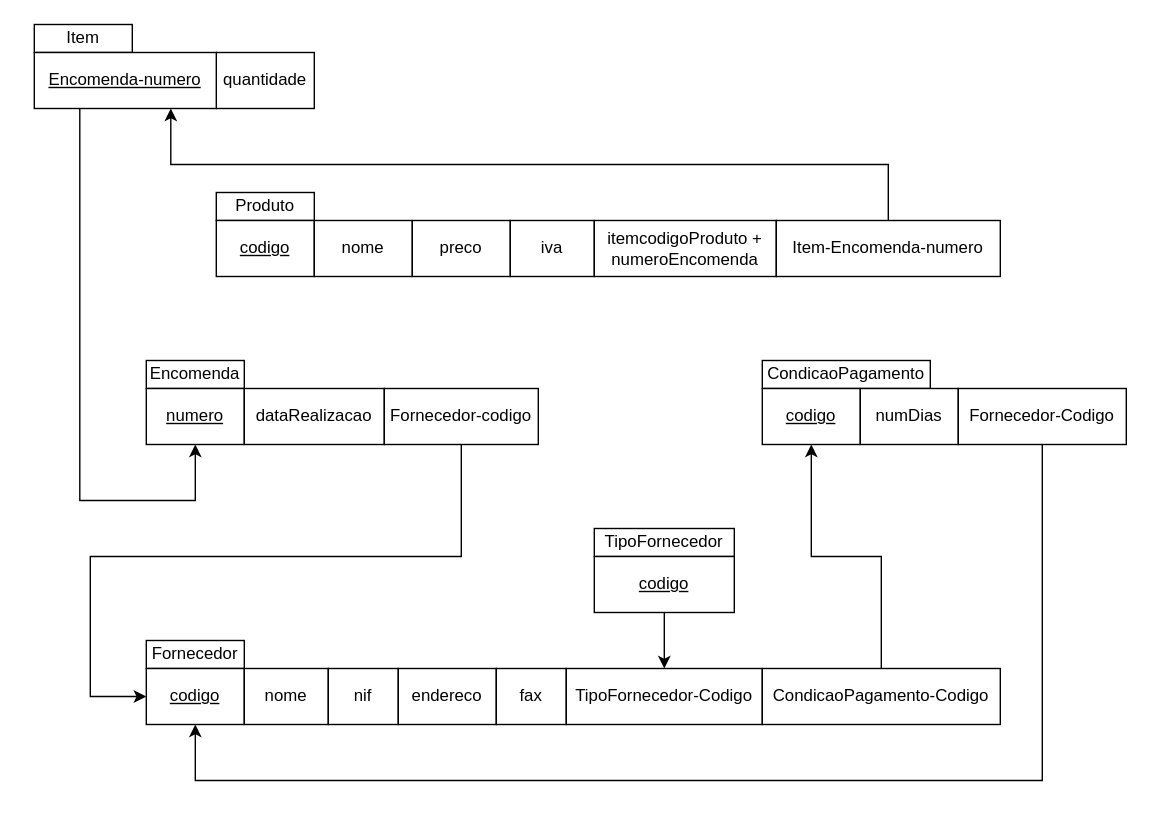
Above: 03/ex_3_3a.drawio in sebastiaoteixeira/bd-lessons (draw.io), before the change. Source tidied: cells renumbered, new cells numbered last; positions are measured from the earlier drawing's top-left corner, leaving out a move shared by most shapes. Both pictures are drawn from the tidied source at 140%, with x=0, y=0 at pixel (34, 24).
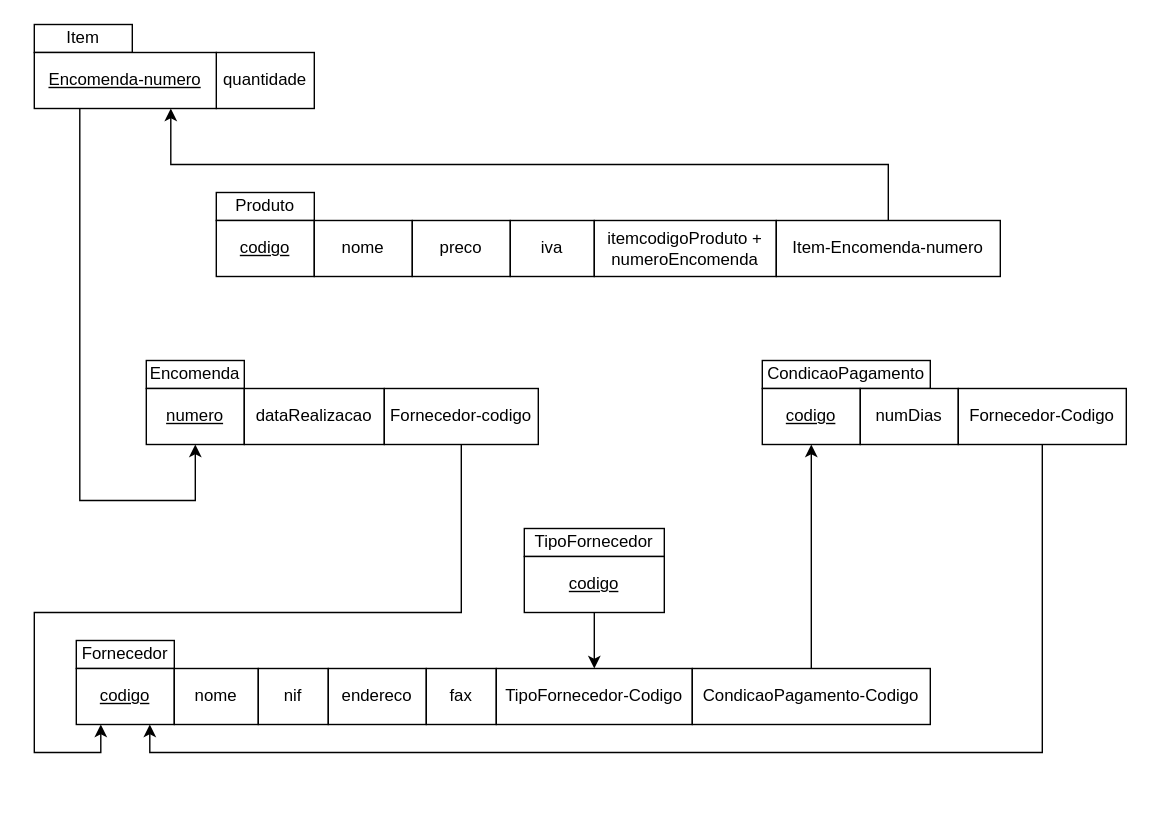
Above is the later version.

Unchanged cells that the change refers to:
```xml
<mxCell id="16" value="Fornecedor-codigo" style="rounded=0;whiteSpace=wrap;html=1;" parent="1" vertex="1">
  <mxGeometry x="250" y="260" width="110" height="40" as="geometry" />
</mxCell>
<mxCell id="30" value="Fornecedor-Codigo" style="rounded=0;whiteSpace=wrap;html=1;" parent="1" vertex="1">
  <mxGeometry x="660" y="260" width="120" height="40" as="geometry" />
</mxCell>
```

The edit, as a diff of the source:
```diff
@@
-    <mxCell id="15" style="edgeStyle=orthogonalEdgeStyle;rounded=0;jettySize=auto;html=1;exitX=0.5;exitY=1;exitDx=0;exitDy=0;entryX=0;entryY=0.5;entryDx=0;entryDy=0;" parent="1" edge="1" source="16" target="18">
+    <mxCell id="15" style="edgeStyle=orthogonalEdgeStyle;rounded=0;jettySize=auto;html=1;entryX=0.25;entryY=1;entryDx=0;entryDy=0;" parent="1" edge="1" source="16" target="18">
       <mxGeometry relative="1" as="geometry">
         <Array as="points">
-          <mxPoint x="305" y="380" />
-          <mxPoint x="40" y="380" />
-          <mxPoint x="40" y="480" />
+          <mxPoint x="305" y="420" />
+          <mxPoint y="420" />
+          <mxPoint y="520" />
+          <mxPoint x="48" y="520" />
         </Array>
       </mxGeometry>
     </mxCell>
@@
     <mxCell id="17" value="Fornecedor" style="rounded=0;whiteSpace=wrap;html=1;" parent="1" vertex="1">
-      <mxGeometry x="80" y="440" width="70" height="20" as="geometry" />
+      <mxGeometry x="30" y="440" width="70" height="20" as="geometry" />
     </mxCell>
     <mxCell id="18" value="codigo" style="rounded=0;whiteSpace=wrap;html=1;fontStyle=4;" parent="1" vertex="1">
-      <mxGeometry x="80" y="460" width="70" height="40" as="geometry" />
+      <mxGeometry x="30" y="460" width="70" height="40" as="geometry" />
     </mxCell>
     <mxCell id="19" value="nome" style="rounded=0;whiteSpace=wrap;html=1;" parent="1" vertex="1">
-      <mxGeometry x="150" y="460" width="60" height="40" as="geometry" />
+      <mxGeometry x="100" y="460" width="60" height="40" as="geometry" />
     </mxCell>
     <mxCell id="20" value="nif" style="rounded=0;whiteSpace=wrap;html=1;" parent="1" vertex="1">
-      <mxGeometry x="210" y="460" width="50" height="40" as="geometry" />
+      <mxGeometry x="160" y="460" width="50" height="40" as="geometry" />
     </mxCell>
     <mxCell id="21" value="endereco" style="rounded=0;whiteSpace=wrap;html=1;" parent="1" vertex="1">
-      <mxGeometry x="260" y="460" width="70" height="40" as="geometry" />
+      <mxGeometry x="210" y="460" width="70" height="40" as="geometry" />
     </mxCell>
     <mxCell id="22" value="fax" style="rounded=0;whiteSpace=wrap;html=1;" parent="1" vertex="1">
-      <mxGeometry x="330" y="460" width="50" height="40" as="geometry" />
+      <mxGeometry x="280" y="460" width="50" height="40" as="geometry" />
     </mxCell>
     <mxCell id="23" value="TipoFornecedor-Codigo" style="rounded=0;whiteSpace=wrap;html=1;" parent="1" vertex="1">
-      <mxGeometry x="380" y="460" width="140" height="40" as="geometry" />
+      <mxGeometry x="330" y="460" width="140" height="40" as="geometry" />
     </mxCell>
@@
     <mxCell id="25" value="CondicaoPagamento-Codigo" style="rounded=0;whiteSpace=wrap;html=1;" parent="1" vertex="1">
-      <mxGeometry x="520" y="460" width="170" height="40" as="geometry" />
+      <mxGeometry x="470" y="460" width="170" height="40" as="geometry" />
     </mxCell>
@@
-    <mxCell id="29" style="edgeStyle=orthogonalEdgeStyle;rounded=0;jettySize=auto;html=1;exitX=0.5;exitY=1;exitDx=0;exitDy=0;entryX=0.5;entryY=1;entryDx=0;entryDy=0;" parent="1" edge="1" source="30" target="18">
+    <mxCell id="29" style="edgeStyle=orthogonalEdgeStyle;rounded=0;jettySize=auto;html=1;entryX=0.75;entryY=1;entryDx=0;entryDy=0;" parent="1" edge="1" source="30" target="18">
       <mxGeometry relative="1" as="geometry">
         <Array as="points">
-          <mxPoint x="720" y="540" />
-          <mxPoint x="115" y="540" />
+          <mxPoint x="720" y="520" />
+          <mxPoint x="83" y="520" />
         </Array>
       </mxGeometry>
     </mxCell>
@@
     <mxCell id="31" value="TipoFornecedor" style="rounded=0;whiteSpace=wrap;html=1;" parent="1" vertex="1">
-      <mxGeometry x="400" y="360" width="100" height="20" as="geometry" />
+      <mxGeometry x="350" y="360" width="100" height="20" as="geometry" />
     </mxCell>
@@
     <mxCell id="33" value="codigo" style="rounded=0;whiteSpace=wrap;html=1;fontStyle=4;" parent="1" vertex="1">
-      <mxGeometry x="400" y="380" width="100" height="40" as="geometry" />
+      <mxGeometry x="350" y="380" width="100" height="40" as="geometry" />
     </mxCell>
```
